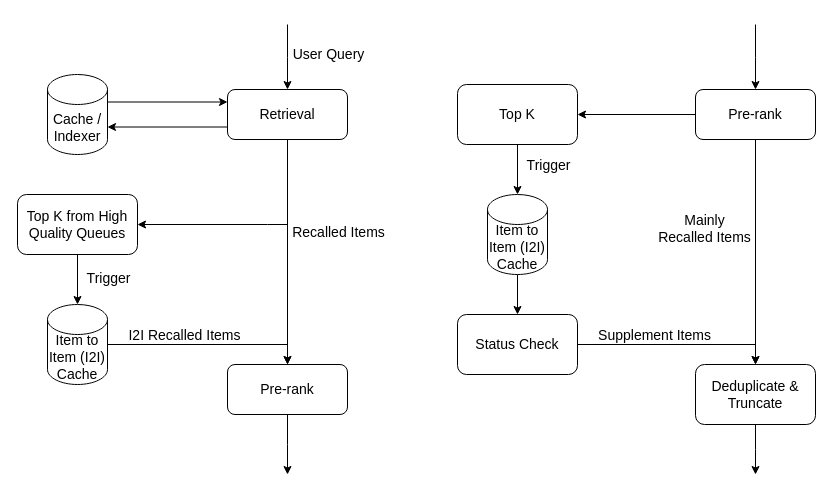
Before: page "q2i2i" (1 of 4) of promotion2022.drawio in plus2047/draw.io, a draw.io diagram. Source tidied: cells renumbered, new cells numbered last; positions are measured from the earlier drawing's top-left corner, leaving out a move shared by most shapes. Both pictures are drawn from the tidied source at 100%, with x=0, y=0 at pixel (17, 24).
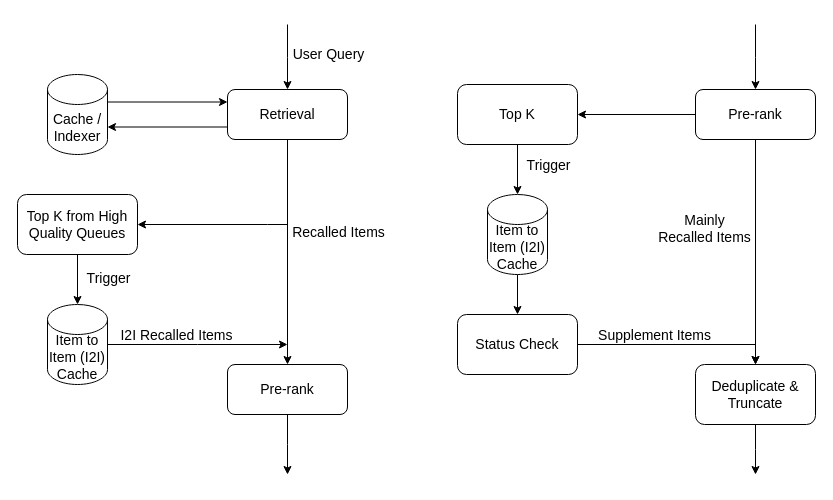
The same diagram, later.

Unchanged cells that the change refers to:
```xml
<mxCell id="11" value="Pre-rank" style="rounded=1;whiteSpace=wrap;html=1;fontSize=14;" parent="1" vertex="1">
  <mxGeometry x="210" y="340" width="120" height="50" as="geometry" />
</mxCell>
<mxCell id="18" value="Item to Item (I2I) Cache" style="shape=cylinder3;whiteSpace=wrap;html=1;boundedLbl=1;backgroundOutline=1;size=15;fontSize=14;" parent="1" vertex="1">
  <mxGeometry x="30" y="280" width="60" height="80" as="geometry" />
</mxCell>
```

The edit, as a diff of the source:
```diff
@@
-    <mxCell id="16" style="edgeStyle=orthogonalEdgeStyle;rounded=0;jettySize=auto;html=1;exitX=1;exitY=0.5;exitDx=0;exitDy=0;exitPerimeter=0;entryX=0.5;entryY=0;entryDx=0;entryDy=0;startArrow=none;startFill=0;endArrow=classic;endFill=1;fontSize=14;" parent="1" edge="1" source="18" target="11">
-      <mxGeometry relative="1" as="geometry" />
+    <mxCell id="16" style="edgeStyle=orthogonalEdgeStyle;rounded=0;jettySize=auto;html=1;exitX=1;exitY=0.5;exitDx=0;exitDy=0;exitPerimeter=0;startArrow=none;startFill=0;endArrow=classic;endFill=1;fontSize=14;" parent="1" edge="1" source="18">
+      <mxGeometry relative="1" as="geometry">
+        <mxPoint x="270" y="320" as="targetPoint" />
+      </mxGeometry>
     </mxCell>
```
